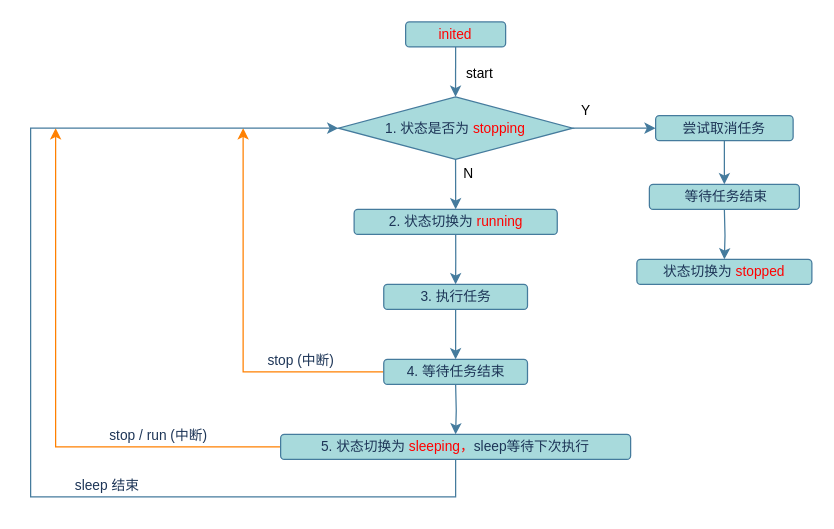
The draw.io diagram page "调度线程" (2 of 4) of drawio/fom.drawio in eocoo/eocoo.github.io, before the edit. Source tidied: cells renumbered, new cells numbered last; positions are measured from the earlier drawing's top-left corner, leaving out a move shared by most shapes. Both pictures are drawn from the tidied source at 125%, with x=0, y=0 at pixel (30, 21).
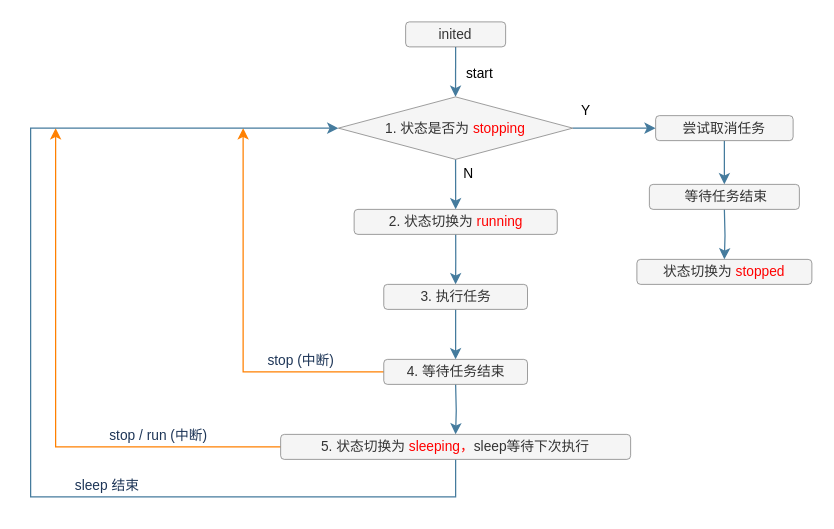
The same page after the edit.

What changed in the source:
```diff
@@
-    <mxCell id="3" value="&lt;font style=&quot;font-size: 11px;&quot;&gt;inited&lt;/font&gt;" style="rounded=1;whiteSpace=wrap;html=1;fillColor=#A8DADC;strokeColor=#457B9D;fontColor=#FF0000;fontSize=11;" parent="1" vertex="1">
+    <mxCell id="3" value="&lt;font style=&quot;font-size: 11px;&quot;&gt;inited&lt;/font&gt;" style="rounded=1;whiteSpace=wrap;html=1;fillColor=#f5f5f5;strokeColor=#666666;fontColor=#333333;fontSize=11;strokeWidth=0.5;" parent="1" vertex="1">
       <mxGeometry x="300" width="80" height="20" as="geometry" />
     </mxCell>
@@
-    <mxCell id="6" value="1. 状态是否为&amp;nbsp;&lt;font color=&quot;#ff0000&quot; style=&quot;font-size: 11px;&quot;&gt;stopping&lt;/font&gt;" style="rhombus;whiteSpace=wrap;html=1;fillColor=#A8DADC;strokeColor=#457B9D;fontColor=#1D3557;fontSize=11;" parent="1" vertex="1">
+    <mxCell id="6" value="1. 状态是否为&amp;nbsp;&lt;font color=&quot;#ff0000&quot; style=&quot;font-size: 11px;&quot;&gt;stopping&lt;/font&gt;" style="rhombus;whiteSpace=wrap;html=1;fillColor=#f5f5f5;strokeColor=#666666;fontColor=#333333;fontSize=11;rounded=0;strokeWidth=0.5;" parent="1" vertex="1">
       <mxGeometry x="246.2" y="60" width="187.5" height="50" as="geometry" />
     </mxCell>
@@
-    <mxCell id="8" value="2. 状态切换为&amp;nbsp;&lt;font color=&quot;#ff0000&quot; style=&quot;font-size: 11px;&quot;&gt;running&lt;/font&gt;" style="rounded=1;whiteSpace=wrap;html=1;fillColor=#A8DADC;strokeColor=#457B9D;fontColor=#1D3557;fontSize=11;" parent="1" vertex="1">
+    <mxCell id="8" value="2. 状态切换为&amp;nbsp;&lt;font color=&quot;#ff0000&quot; style=&quot;font-size: 11px;&quot;&gt;running&lt;/font&gt;" style="rounded=1;whiteSpace=wrap;html=1;fillColor=#f5f5f5;strokeColor=#666666;fontColor=#333333;fontSize=11;strokeWidth=0.5;" parent="1" vertex="1">
       <mxGeometry x="258.8" y="150" width="162.5" height="20" as="geometry" />
     </mxCell>
@@
-    <mxCell id="10" value="3. 执行任务" style="rounded=1;whiteSpace=wrap;html=1;fillColor=#A8DADC;strokeColor=#457B9D;fontColor=#1D3557;fontSize=11;" parent="1" vertex="1">
+    <mxCell id="10" value="3. 执行任务" style="rounded=1;whiteSpace=wrap;html=1;fillColor=#f5f5f5;strokeColor=#666666;fontColor=#333333;fontSize=11;strokeWidth=0.5;" parent="1" vertex="1">
       <mxGeometry x="282.5" y="210" width="115" height="20" as="geometry" />
     </mxCell>
@@
-    <mxCell id="15" value="5. 状态切换为&amp;nbsp;&lt;font color=&quot;#ff0000&quot; style=&quot;font-size: 11px;&quot;&gt;sleeping，&lt;/font&gt;sleep等待下次执行" style="rounded=1;whiteSpace=wrap;html=1;fillColor=#A8DADC;strokeColor=#457B9D;fontColor=#1D3557;fontSize=11;" parent="1" vertex="1">
+    <mxCell id="15" value="5. 状态切换为&amp;nbsp;&lt;font color=&quot;#ff0000&quot; style=&quot;font-size: 11px;&quot;&gt;sleeping，&lt;/font&gt;sleep等待下次执行" style="rounded=1;whiteSpace=wrap;html=1;fillColor=#f5f5f5;strokeColor=#666666;fontColor=#333333;fontSize=11;strokeWidth=0.5;" parent="1" vertex="1">
       <mxGeometry x="200" y="330" width="280" height="20" as="geometry" />
     </mxCell>
@@
-    <mxCell id="17" value="尝试取消任务" style="rounded=1;whiteSpace=wrap;html=1;fillColor=#A8DADC;strokeColor=#457B9D;fontColor=#1D3557;fontSize=11;" parent="1" vertex="1">
+    <mxCell id="17" value="尝试取消任务" style="rounded=1;whiteSpace=wrap;html=1;fillColor=#f5f5f5;strokeColor=#666666;fontColor=#333333;fontSize=11;strokeWidth=0.5;" parent="1" vertex="1">
       <mxGeometry x="500" y="75" width="110" height="20" as="geometry" />
     </mxCell>
-    <mxCell id="18" value="&lt;span style=&quot;font-size: 11px;&quot;&gt;状态切换为&lt;/span&gt;&lt;font color=&quot;#006600&quot; style=&quot;font-size: 11px;&quot;&gt;&amp;nbsp;&lt;/font&gt;&lt;font color=&quot;#ff0000&quot; style=&quot;font-size: 11px;&quot;&gt;stopped&lt;/font&gt;" style="rounded=1;whiteSpace=wrap;html=1;fillColor=#A8DADC;strokeColor=#457B9D;fontColor=#1D3557;fontSize=11;" parent="1" vertex="1">
+    <mxCell id="18" value="&lt;span style=&quot;font-size: 11px;&quot;&gt;状态切换为&lt;/span&gt;&lt;font color=&quot;#006600&quot; style=&quot;font-size: 11px;&quot;&gt;&amp;nbsp;&lt;/font&gt;&lt;font color=&quot;#ff0000&quot; style=&quot;font-size: 11px;&quot;&gt;stopped&lt;/font&gt;" style="rounded=1;whiteSpace=wrap;html=1;fillColor=#f5f5f5;strokeColor=#666666;fontColor=#333333;fontSize=11;strokeWidth=0.5;" parent="1" vertex="1">
       <mxGeometry x="485" y="190" width="140" height="20" as="geometry" />
     </mxCell>
@@
-    <mxCell id="26" value="4. 等待任务结束" style="rounded=1;whiteSpace=wrap;html=1;fillColor=#A8DADC;strokeColor=#457B9D;fontColor=#1D3557;fontSize=11;" parent="1" vertex="1">
+    <mxCell id="26" value="4. 等待任务结束" style="rounded=1;whiteSpace=wrap;html=1;fillColor=#f5f5f5;strokeColor=#666666;fontColor=#333333;fontSize=11;strokeWidth=0.5;" parent="1" vertex="1">
       <mxGeometry x="282.5" y="270" width="115" height="20" as="geometry" />
     </mxCell>
-    <mxCell id="27" value="&amp;nbsp;等待任务结束" style="rounded=1;whiteSpace=wrap;html=1;fillColor=#A8DADC;strokeColor=#457B9D;fontColor=#1D3557;fontSize=11;" parent="1" vertex="1">
+    <mxCell id="27" value="&amp;nbsp;等待任务结束" style="rounded=1;whiteSpace=wrap;html=1;fillColor=#f5f5f5;strokeColor=#666666;fontColor=#333333;fontSize=11;strokeWidth=0.5;" parent="1" vertex="1">
       <mxGeometry x="495" y="130" width="120" height="20" as="geometry" />
     </mxCell>
```
